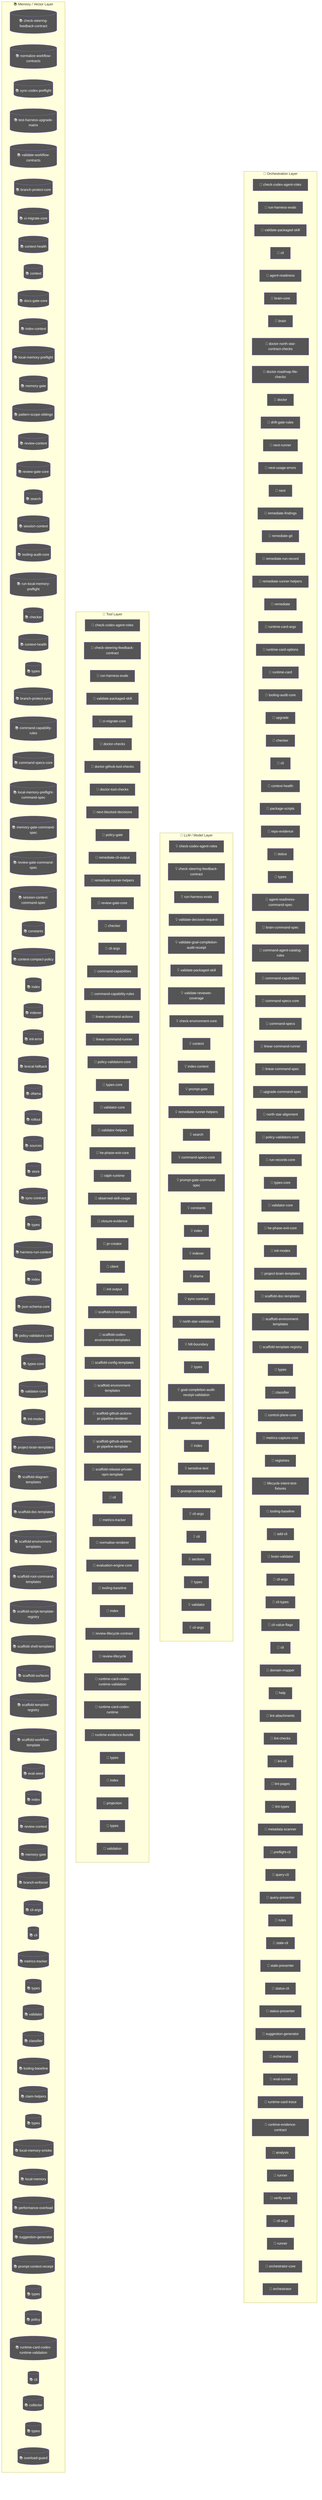
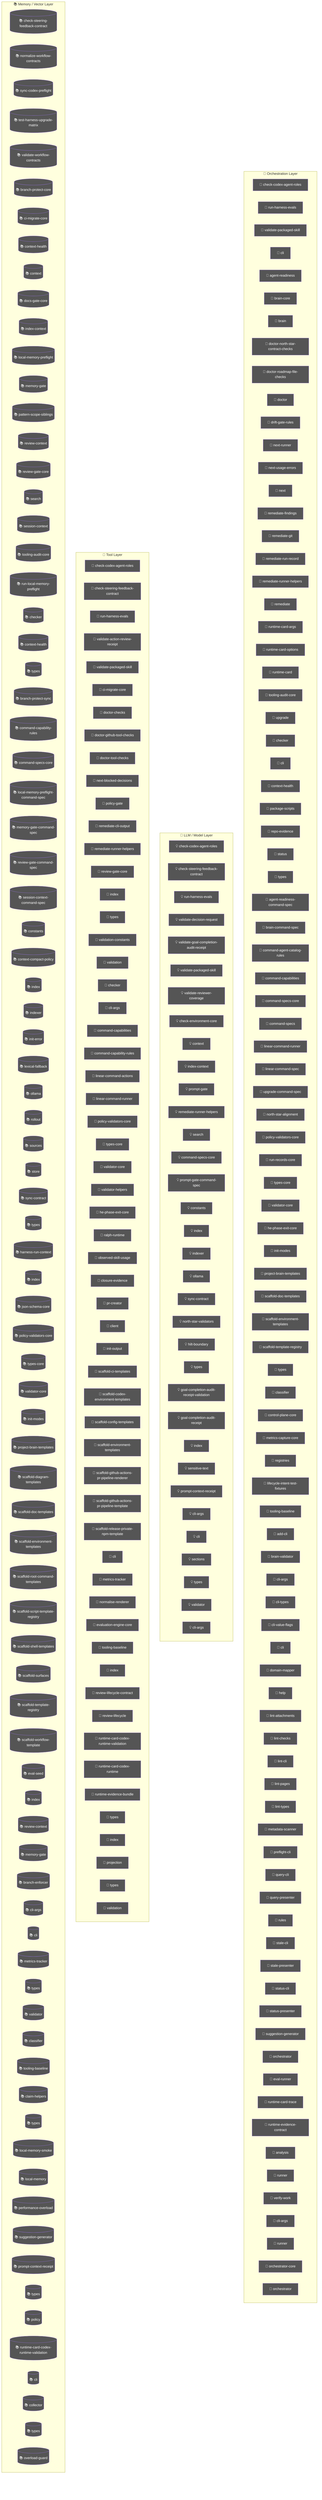
flowchart TD
  subgraph Orchestration["🎯 Orchestration Layer"]
    node_agent_mmd_orchestration_layer_orchestration_chec_7a9f0b64["🤖 check-codex-agent-roles"]
    node_agent_mmd_orchestration_layer_orchestration_run__18817957["🤖 run-harness-evals"]
    node_agent_mmd_orchestration_layer_orchestration_vali_c01b04be["🤖 validate-packaged-skill"]
    cli_99bb8840["🤖 cli"]
    agent_readiness_c82c68e6["🤖 agent-readiness"]
    brain_core_aa07c380["🤖 brain-core"]
    brain_bbbf7a64["🤖 brain"]
    doctor_north_star_contract_checks_0048124c["🤖 doctor-north-star-contract-checks"]
    doctor_roadmap_file_checks_14447b8e["🤖 doctor-roadmap-file-checks"]
    doctor_72f4be89["🤖 doctor"]
    drift_gate_rules_9685e72d["🤖 drift-gate-rules"]
    next_runner_41643472["🤖 next-runner"]
    next_usage_errors_837a345a["🤖 next-usage-errors"]
    next_c6c1c9a9["🤖 next"]
    remediate_findings_8b09c8c6["🤖 remediate-findings"]
    remediate_git_58c6f6f4["🤖 remediate-git"]
    remediate_run_record_9dfe5dc1["🤖 remediate-run-record"]
    node_agent_mmd_orchestration_layer_orchestration_reme_359fe98f["🤖 remediate-runner-helpers"]
    remediate_06b9c7fc["🤖 remediate"]
    runtime_card_args_2b3d4b28["🤖 runtime-card-args"]
    runtime_card_options_c9156ad5["🤖 runtime-card-options"]
    runtime_card_e06b53e1["🤖 runtime-card"]
    node_agent_mmd_orchestration_layer_orchestration_tool_acfe0c01["🤖 tooling-audit-core"]
    upgrade_7fef9479["🤖 upgrade"]
    node_agent_mmd_orchestration_layer_orchestration_chec_0550c395["🤖 checker"]
    cli_1_084e05fe["🤖 cli"]
    node_agent_mmd_orchestration_layer_orchestration_cont_61b3b9c9["🤖 context-health"]
    package_scripts_3ee6150f["🤖 package-scripts"]
    repo_evidence_38bb1de5["🤖 repo-evidence"]
    status_073c1634["🤖 status"]
    node_agent_mmd_orchestration_layer_orchestration_type_4f906dcc["🤖 types"]
    agent_readiness_command_spec_a30c2c1e["🤖 agent-readiness-command-spec"]
    brain_command_spec_15b122d5["🤖 brain-command-spec"]
    command_agent_catalog_rules_8e06b2af["🤖 command-agent-catalog-rules"]
    node_agent_mmd_orchestration_layer_orchestration_comm_6e41a7f7["🤖 command-capabilities"]
    node_agent_mmd_orchestration_layer_orchestration_comm_1f8cc24c["🤖 command-specs-core"]
    command_specs_69167c63["🤖 command-specs"]
    node_agent_mmd_orchestration_layer_orchestration_line_b67affd5["🤖 linear-command-runner"]
    linear_command_spec_1e12dd44["🤖 linear-command-spec"]
    upgrade_command_spec_03f6c7bd["🤖 upgrade-command-spec"]
    north_star_alignment_00440188["🤖 north-star-alignment"]
    node_agent_mmd_orchestration_layer_orchestration_poli_3270b55d["🤖 policy-validators-core"]
    run_records_core_89286dfa["🤖 run-records-core"]
    node_agent_mmd_orchestration_layer_orchestration_type_7cf81261["🤖 types-core"]
    node_agent_mmd_orchestration_layer_orchestration_vali_d9fe99e6["🤖 validator-core"]
    node_agent_mmd_orchestration_layer_orchestration_he_p_fc778c24["🤖 he-phase-exit-core"]
    node_agent_mmd_orchestration_layer_orchestration_init_2a9c3ecb["🤖 init-modes"]
    node_agent_mmd_orchestration_layer_orchestration_proj_6ab6f60f["🤖 project-brain-templates"]
    node_agent_mmd_orchestration_layer_orchestration_scaf_12cc07db["🤖 scaffold-doc-templates"]
    node_agent_mmd_orchestration_layer_orchestration_scaf_c9a90c2f["🤖 scaffold-environment-templates"]
    node_agent_mmd_orchestration_layer_orchestration_scaf_ff8f92f6["🤖 scaffold-template-registry"]
-     types_13_d025517b["🤖 types"]
+     types_14_fe7507be["🤖 types"]
    node_agent_mmd_orchestration_layer_orchestration_clas_899b821a["🤖 classifier"]
    control_plane_core_db3b4cb2["🤖 control-plane-core"]
    metrics_capture_core_db4bf7cf["🤖 metrics-capture-core"]
    registries_06402afa["🤖 registries"]
    lifecycle_intent_test_fixtures_a53c7ada["🤖 lifecycle-intent-test-fixtures"]
    node_agent_mmd_orchestration_layer_orchestration_tool_cc43149f["🤖 tooling-baseline"]
    add_cli_7614de25["🤖 add-cli"]
    brain_validator_be251832["🤖 brain-validator"]
    cli_args_8_d546936e["🤖 cli-args"]
    cli_types_1686e858["🤖 cli-types"]
    cli_value_flags_732a8e43["🤖 cli-value-flags"]
    cli_9_b54c1407["🤖 cli"]
    domain_mapper_cd9333d2["🤖 domain-mapper"]
    help_106a5842["🤖 help"]
    lint_attachments_873c0632["🤖 lint-attachments"]
    lint_checks_83522b19["🤖 lint-checks"]
    lint_cli_9ec62ec0["🤖 lint-cli"]
    lint_pages_e33301d0["🤖 lint-pages"]
    lint_types_2862c255["🤖 lint-types"]
    metadata_scanner_6a101b66["🤖 metadata-scanner"]
    preflight_cli_5d148379["🤖 preflight-cli"]
    query_cli_b95be64d["🤖 query-cli"]
    query_presenter_02e6077c["🤖 query-presenter"]
    rules_6c621d1a["🤖 rules"]
    stale_cli_64548720["🤖 stale-cli"]
    stale_presenter_1de4e3a2["🤖 stale-presenter"]
    status_cli_4c24a0d6["🤖 status-cli"]
    status_presenter_8de686c1["🤖 status-presenter"]
    node_agent_mmd_orchestration_layer_orchestration_sugg_85c5ebe3["🤖 suggestion-generator"]
    orchestrator_11376b7e["🤖 orchestrator"]
    eval_runner_0966a6b3["🤖 eval-runner"]
    runtime_card_trace_64a5ca95["🤖 runtime-card-trace"]
    runtime_evidence_contract_0f7b15b2["🤖 runtime-evidence-contract"]
    analysis_f44e85c4["🤖 analysis"]
    runner_527aa9f4["🤖 runner"]
    verify_work_1_cd8e7ec3["🤖 verify-work"]
    cli_args_14_3481043e["🤖 cli-args"]
    runner_1_6f281bf8["🤖 runner"]
    orchestrator_core_d0678b53["🤖 orchestrator-core"]
    orchestrator_1_6b7137c5["🤖 orchestrator"]
  end
  subgraph LLMLayer["🧠 LLM / Model Layer"]
    node_agent_mmd_llm_model_layer_llmlayer_check_codex_a_29e7b7fa["💡 check-codex-agent-roles"]
    node_agent_mmd_llm_model_layer_llmlayer_check_steerin_a7dbbd2f["💡 check-steering-feedback-contract"]
    node_agent_mmd_llm_model_layer_llmlayer_run_harness_e_603fcfdc["💡 run-harness-evals"]
    validate_decision_request_2e5c325e["💡 validate-decision-request"]
    validate_goal_completion_audit_receipt_100d252c["💡 validate-goal-completion-audit-receipt"]
    node_agent_mmd_llm_model_layer_llmlayer_validate_pack_2a12e1f4["💡 validate-packaged-skill"]
    validate_reviewer_coverage_251efee3["💡 validate-reviewer-coverage"]
    check_environment_core_2c16213f["💡 check-environment-core"]
    node_agent_mmd_llm_model_layer_llmlayer_context_conte_ad2dfbd9["💡 context"]
    node_agent_mmd_llm_model_layer_llmlayer_index_context_1041bd11["💡 index-context"]
    prompt_gate_c5e9d207["💡 prompt-gate"]
    node_agent_mmd_llm_model_layer_llmlayer_remediate_run_9e3d4585["💡 remediate-runner-helpers"]
    node_agent_mmd_llm_model_layer_llmlayer_search_search_66b9a911["💡 search"]
    node_agent_mmd_llm_model_layer_llmlayer_command_specs_782af9fa["💡 command-specs-core"]
    prompt_gate_command_spec_9a941482["💡 prompt-gate-command-spec"]
    node_agent_mmd_llm_model_layer_llmlayer_constants_con_c9bd3f6c["💡 constants"]
    node_agent_mmd_llm_model_layer_llmlayer_index_index_1_02e160ff["💡 index"]
    node_agent_mmd_llm_model_layer_llmlayer_indexer_index_4f4deef5["💡 indexer"]
    node_agent_mmd_llm_model_layer_llmlayer_ollama_ollama_968b23fa["💡 ollama"]
    node_agent_mmd_llm_model_layer_llmlayer_sync_contract_9f3cc8c1["💡 sync-contract"]
    north_star_validators_cfc926ce["💡 north-star-validators"]
    hilt_boundary_9b36fb15["💡 hilt-boundary"]
-     types_7_2f1ed65e["💡 types"]
+     types_8_f6283648["💡 types"]
    goal_completion_audit_receipt_validation_9d0f4891["💡 goal-completion-audit-receipt-validation"]
    goal_completion_audit_receipt_5e4939c3["💡 goal-completion-audit-receipt"]
-     index_2_10143590["💡 index"]
+     index_3_7e40d474["💡 index"]
    sensitive_text_7c11f760["💡 sensitive-text"]
    node_agent_mmd_llm_model_layer_llmlayer_index_index_1_02e160ff["💡 index"]
    node_agent_mmd_llm_model_layer_llmlayer_prompt_contex_6426acc2["💡 prompt-context-receipt"]
    cli_args_9_9c136878["💡 cli-args"]
    cli_10_35dc8cbd["💡 cli"]
    sections_4697ef32["💡 sections"]
-     types_23_4352ee2e["💡 types"]
+     types_24_c63dc1a7["💡 types"]
    validator_6_3688adbf["💡 validator"]
    cli_args_10_861cdd3f["💡 cli-args"]
  end
  subgraph ToolLayer["🔧 Tool Layer"]
    node_agent_mmd_tool_layer_toollayer_check_codex_agent_4b361d5a["🔧 check-codex-agent-roles"]
    node_agent_mmd_tool_layer_toollayer_check_steering_fe_84ed22c2["🔧 check-steering-feedback-contract"]
    node_agent_mmd_tool_layer_toollayer_run_harness_evals_e2ee24f1["🔧 run-harness-evals"]
+     validate_action_review_receipt_fa2f06c3["🔧 validate-action-review-receipt"]
    node_agent_mmd_tool_layer_toollayer_validate_packaged_2855c827["🔧 validate-packaged-skill"]
    node_agent_mmd_tool_layer_toollayer_ci_migrate_core_c_049f8460["🔧 ci-migrate-core"]
    doctor_checks_5a2eb2b9["🔧 doctor-checks"]
    doctor_github_tool_checks_a53b0382["🔧 doctor-github-tool-checks"]
    doctor_tool_checks_4acac51a["🔧 doctor-tool-checks"]
    next_blocked_decisions_4140ad2b["🔧 next-blocked-decisions"]
    policy_gate_213f7313["🔧 policy-gate"]
    remediate_cli_output_cc165396["🔧 remediate-cli-output"]
    node_agent_mmd_tool_layer_toollayer_remediate_runner__c003b871["🔧 remediate-runner-helpers"]
    node_agent_mmd_tool_layer_toollayer_review_gate_core__7704598b["🔧 review-gate-core"]
+     index_1bc04b52["🔧 index"]
+     types_1_4ecdf56e["🔧 types"]
+     validation_constants_e002a0f6["🔧 validation-constants"]
+     validation_98c41dcd["🔧 validation"]
    node_agent_mmd_tool_layer_toollayer_checker_checker_2_453d593b["🔧 checker"]
    cli_args_1_6144b055["🔧 cli-args"]
    node_agent_mmd_tool_layer_toollayer_command_capabilit_7fe13db1["🔧 command-capabilities"]
    node_agent_mmd_tool_layer_toollayer_command_capabilit_e97a4615["🔧 command-capability-rules"]
    linear_command_actions_e430f4f4["🔧 linear-command-actions"]
    node_agent_mmd_tool_layer_toollayer_linear_command_ru_d6763748["🔧 linear-command-runner"]
    node_agent_mmd_tool_layer_toollayer_policy_validators_af136abf["🔧 policy-validators-core"]
    node_agent_mmd_tool_layer_toollayer_types_core_types__6c8319b6["🔧 types-core"]
    node_agent_mmd_tool_layer_toollayer_validator_core_va_6ef6131f["🔧 validator-core"]
    validator_helpers_7b927667["🔧 validator-helpers"]
    node_agent_mmd_tool_layer_toollayer_he_phase_exit_cor_af016160["🔧 he-phase-exit-core"]
    ralph_runtime_73d63c0e["🔧 ralph-runtime"]
    observed_skill_usage_ed7d5930["🔧 observed-skill-usage"]
    closure_evidence_aaa31467["🔧 closure-evidence"]
    pr_creator_dc6b1ea4["🔧 pr-creator"]
    client_948fe603["🔧 client"]
    init_output_360dce91["🔧 init-output"]
    scaffold_ci_templates_2afd6392["🔧 scaffold-ci-templates"]
    scaffold_codex_environment_templates_334fbbed["🔧 scaffold-codex-environment-templates"]
    scaffold_config_templates_4b80ce53["🔧 scaffold-config-templates"]
    node_agent_mmd_tool_layer_toollayer_scaffold_environm_c1afc013["🔧 scaffold-environment-templates"]
    scaffold_github_actions_pr_pipeline_renderer_1ee18de5["🔧 scaffold-github-actions-pr-pipeline-renderer"]
    scaffold_github_actions_pr_pipeline_template_e2b85f62["🔧 scaffold-github-actions-pr-pipeline-template"]
    scaffold_release_private_npm_template_075499f8["🔧 scaffold-release-private-npm-template"]
    node_agent_mmd_tool_layer_toollayer_cli_cli_2_1_32d9eeaf["🔧 cli"]
    node_agent_mmd_tool_layer_toollayer_metrics_tracker_m_4c9237d8["🔧 metrics-tracker"]
    normalise_renderer_85f2e563["🔧 normalise-renderer"]
    evaluation_engine_core_e054fe49["🔧 evaluation-engine-core"]
    node_agent_mmd_tool_layer_toollayer_tooling_baseline__61e66e9f["🔧 tooling-baseline"]
-     index_9_32dd4d91["🔧 index"]
+     index_10_f6785a46["🔧 index"]
    review_lifecycle_contract_e5447221["🔧 review-lifecycle-contract"]
    review_lifecycle_89afa64c["🔧 review-lifecycle"]
    node_agent_mmd_tool_layer_toollayer_runtime_card_code_3636ceac["🔧 runtime-card-codex-runtime-validation"]
    runtime_card_codex_runtime_0655e230["🔧 runtime-card-codex-runtime"]
    runtime_evidence_bundle_d471a232["🔧 runtime-evidence-bundle"]
-     types_32_bfe791ff["🔧 types"]
-     index_12_762ec91b["🔧 index"]
+     types_33_16e22a82["🔧 types"]
+     index_13_97df39c8["🔧 index"]
    projection_1b250ea1["🔧 projection"]
-     types_34_85e6a0bb["🔧 types"]
-     validation_4_62980ebd["🔧 validation"]
+     types_35_93e66c64["🔧 types"]
+     validation_5_42b61683["🔧 validation"]
  end
  subgraph MemoryLayer["📚 Memory / Vector Layer"]
    node_agent_mmd_memory_vector_layer_memorylayer_check__d71f8993[("📚 check-steering-feedback-contract")]
    normalize_workflow_contracts_8701f1c8[("📚 normalize-workflow-contracts")]
    sync_codex_preflight_7e7a8dc2[("📚 sync-codex-preflight")]
    test_harness_upgrade_matrix_84113c4e[("📚 test-harness-upgrade-matrix")]
    validate_workflow_contracts_33dc063c[("📚 validate-workflow-contracts")]
    branch_protect_core_a8feb0fd[("📚 branch-protect-core")]
    node_agent_mmd_memory_vector_layer_memorylayer_ci_mig_0cd5b1a4[("📚 ci-migrate-core")]
    context_health_80bb7da9[("📚 context-health")]
    node_agent_mmd_memory_vector_layer_memorylayer_contex_78ceaaa9[("📚 context")]
    docs_gate_core_eb9b6c18[("📚 docs-gate-core")]
    node_agent_mmd_memory_vector_layer_memorylayer_index__6f3402d0[("📚 index-context")]
    local_memory_preflight_dcc36c42[("📚 local-memory-preflight")]
    memory_gate_a577a506[("📚 memory-gate")]
    pattern_scope_siblings_43abe000[("📚 pattern-scope-siblings")]
    review_context_ca6cf81d[("📚 review-context")]
    node_agent_mmd_memory_vector_layer_memorylayer_review_5bee9816[("📚 review-gate-core")]
    node_agent_mmd_memory_vector_layer_memorylayer_search_ac35cb7e[("📚 search")]
    session_context_e5ec72c0[("📚 session-context")]
    node_agent_mmd_memory_vector_layer_memorylayer_toolin_a1185b8f[("📚 tooling-audit-core")]
    run_local_memory_preflight_36e92808[("📚 run-local-memory-preflight")]
    node_agent_mmd_memory_vector_layer_memorylayer_checke_a583eb4f[("📚 checker")]
    node_agent_mmd_memory_vector_layer_memorylayer_contex_fe0865d6[("📚 context-health")]
    node_agent_mmd_memory_vector_layer_memorylayer_types__9ad640a0[("📚 types")]
    branch_protect_sync_570adb18[("📚 branch-protect-sync")]
    node_agent_mmd_memory_vector_layer_memorylayer_comman_c72a5d05[("📚 command-capability-rules")]
    node_agent_mmd_memory_vector_layer_memorylayer_comman_111eb454[("📚 command-specs-core")]
    local_memory_preflight_command_spec_9e23f3ce[("📚 local-memory-preflight-command-spec")]
    memory_gate_command_spec_dc9001a9[("📚 memory-gate-command-spec")]
    review_gate_command_spec_3187376a[("📚 review-gate-command-spec")]
    session_context_command_spec_973afbb1[("📚 session-context-command-spec")]
    node_agent_mmd_memory_vector_layer_memorylayer_consta_702d3f46[("📚 constants")]
    context_compact_policy_3dcaf95d[("📚 context-compact-policy")]
    node_agent_mmd_memory_vector_layer_memorylayer_index__752bc61e[("📚 index")]
    node_agent_mmd_memory_vector_layer_memorylayer_indexe_93e6d86f[("📚 indexer")]
    init_error_5c7dd49f[("📚 init-error")]
    lexical_fallback_723e2b3e[("📚 lexical-fallback")]
    node_agent_mmd_memory_vector_layer_memorylayer_ollama_6d51be16[("📚 ollama")]
    rollout_a4fa034c[("📚 rollout")]
    sources_878a52fc[("📚 sources")]
    store_824d80d7[("📚 store")]
    node_agent_mmd_memory_vector_layer_memorylayer_sync_c_e43418bc[("📚 sync-contract")]
-     types_5_f869ec4b[("📚 types")]
+     types_6_1818fb91[("📚 types")]
    harness_run_context_ac7c77a9[("📚 harness-run-context")]
-     index_1_faebc14e[("📚 index")]
+     index_2_10143590[("📚 index")]
    json_schema_core_96d7e328[("📚 json-schema-core")]
    node_agent_mmd_memory_vector_layer_memorylayer_policy_1944de42[("📚 policy-validators-core")]
    node_agent_mmd_memory_vector_layer_memorylayer_types__83f369fa[("📚 types-core")]
    node_agent_mmd_memory_vector_layer_memorylayer_valida_41034356[("📚 validator-core")]
    node_agent_mmd_memory_vector_layer_memorylayer_init_m_333d02c5[("📚 init-modes")]
    node_agent_mmd_memory_vector_layer_memorylayer_projec_3ae304d9[("📚 project-brain-templates")]
    scaffold_diagram_templates_dd88e83c[("📚 scaffold-diagram-templates")]
    node_agent_mmd_memory_vector_layer_memorylayer_scaffo_5fd73b94[("📚 scaffold-doc-templates")]
    node_agent_mmd_memory_vector_layer_memorylayer_scaffo_12b42341[("📚 scaffold-environment-templates")]
    scaffold_root_command_templates_404fed7f[("📚 scaffold-root-command-templates")]
    scaffold_script_template_registry_69312d4e[("📚 scaffold-script-template-registry")]
    scaffold_shell_templates_0ad0f915[("📚 scaffold-shell-templates")]
    scaffold_surfaces_12d6494e[("📚 scaffold-surfaces")]
    node_agent_mmd_memory_vector_layer_memorylayer_scaffo_a86eece1[("📚 scaffold-template-registry")]
    scaffold_workflow_template_92310587[("📚 scaffold-workflow-template")]
    eval_seed_5699fd3e[("📚 eval-seed")]
-     index_6_fc9e91e2[("📚 index")]
+     index_7_b61a3f30[("📚 index")]
    review_context_1_e3afed15[("📚 review-context")]
    memory_gate_1_265164ac[("📚 memory-gate")]
    branch_enforcer_acb749cd[("📚 branch-enforcer")]
    cli_args_5_09ea29f0[("📚 cli-args")]
    node_agent_mmd_memory_vector_layer_memorylayer_cli_cl_1f1f89ab[("📚 cli")]
    node_agent_mmd_memory_vector_layer_memorylayer_metric_12562178[("📚 metrics-tracker")]
-     types_15_86775c96[("📚 types")]
+     types_16_0fae1112[("📚 types")]
    validator_4_5180cf23[("📚 validator")]
    node_agent_mmd_memory_vector_layer_memorylayer_classi_1ebbf5ff[("📚 classifier")]
    node_agent_mmd_memory_vector_layer_memorylayer_toolin_14f86b00[("📚 tooling-baseline")]
    claim_helpers_20dc8387[("📚 claim-helpers")]
-     types_20_071a0112[("📚 types")]
+     types_21_5756f9dc[("📚 types")]
    local_memory_smoke_1175abfc[("📚 local-memory-smoke")]
    local_memory_0db17ecc[("📚 local-memory")]
    performance_overload_c685bfcf[("📚 performance-overload")]
    node_agent_mmd_memory_vector_layer_memorylayer_sugges_267f408d[("📚 suggestion-generator")]
    node_agent_mmd_memory_vector_layer_memorylayer_index__752bc61e[("📚 index")]
    node_agent_mmd_memory_vector_layer_memorylayer_prompt_55c0d605[("📚 prompt-context-receipt")]
-     types_27_4d134744[("📚 types")]
+     types_28_4476fcc6[("📚 types")]
    policy_1_fc4198db[("📚 policy")]
    node_agent_mmd_memory_vector_layer_memorylayer_runtim_a5d23e7f[("📚 runtime-card-codex-runtime-validation")]
    cli_11_338a8415[("📚 cli")]
    collector_0736fd5b[("📚 collector")]
-     types_30_424b976c[("📚 types")]
+     types_31_eb363e20[("📚 types")]
    overload_guard_2748c559[("📚 overload-guard")]
  end
  classDef agentNode fill:#555,color:#fff
-   class node_agent_mmd_orchestration_layer_orchestration_chec_7a9f0b64,node_agent_mmd_llm_model_layer_llmlayer_check_codex_a_29e7b7fa,node_agent_mmd_tool_layer_toollayer_check_codex_agent_4b361d5a,node_agent_mmd_orchestration_layer_orchestration_run__18817957,node_agent_mmd_llm_model_layer_llmlayer_run_harness_e_603fcfdc,node_agent_mmd_tool_layer_toollayer_run_harness_evals_e2ee24f1,node_agent_mmd_orchestration_layer_orchestration_vali_c01b04be,node_agent_mmd_llm_model_layer_llmlayer_validate_pack_2a12e1f4,node_agent_mmd_tool_layer_toollayer_validate_packaged_2855c827,cli_99bb8840,agent_readiness_c82c68e6,brain_core_aa07c380,brain_bbbf7a64,doctor_north_star_contract_checks_0048124c,doctor_roadmap_file_checks_14447b8e,doctor_72f4be89,drift_gate_rules_9685e72d,next_runner_41643472,next_usage_errors_837a345a,next_c6c1c9a9,remediate_findings_8b09c8c6,remediate_git_58c6f6f4,remediate_run_record_9dfe5dc1,node_agent_mmd_orchestration_layer_orchestration_reme_359fe98f,node_agent_mmd_llm_model_layer_llmlayer_remediate_run_9e3d4585,node_agent_mmd_tool_layer_toollayer_remediate_runner__c003b871,remediate_06b9c7fc,runtime_card_args_2b3d4b28,runtime_card_options_c9156ad5,runtime_card_e06b53e1,node_agent_mmd_orchestration_layer_orchestration_tool_acfe0c01,node_agent_mmd_memory_vector_layer_memorylayer_toolin_a1185b8f,upgrade_7fef9479,node_agent_mmd_orchestration_layer_orchestration_chec_0550c395,node_agent_mmd_tool_layer_toollayer_checker_checker_2_453d593b,node_agent_mmd_memory_vector_layer_memorylayer_checke_a583eb4f,cli_1_084e05fe,node_agent_mmd_orchestration_layer_orchestration_cont_61b3b9c9,node_agent_mmd_memory_vector_layer_memorylayer_contex_fe0865d6,package_scripts_3ee6150f,repo_evidence_38bb1de5,status_073c1634,node_agent_mmd_orchestration_layer_orchestration_type_4f906dcc,node_agent_mmd_memory_vector_layer_memorylayer_types__9ad640a0,agent_readiness_command_spec_a30c2c1e,brain_command_spec_15b122d5,command_agent_catalog_rules_8e06b2af,node_agent_mmd_orchestration_layer_orchestration_comm_6e41a7f7,node_agent_mmd_tool_layer_toollayer_command_capabilit_7fe13db1,node_agent_mmd_orchestration_layer_orchestration_comm_1f8cc24c,node_agent_mmd_llm_model_layer_llmlayer_command_specs_782af9fa,node_agent_mmd_memory_vector_layer_memorylayer_comman_111eb454,command_specs_69167c63,node_agent_mmd_orchestration_layer_orchestration_line_b67affd5,node_agent_mmd_tool_layer_toollayer_linear_command_ru_d6763748,linear_command_spec_1e12dd44,upgrade_command_spec_03f6c7bd,north_star_alignment_00440188,node_agent_mmd_orchestration_layer_orchestration_poli_3270b55d,node_agent_mmd_tool_layer_toollayer_policy_validators_af136abf,node_agent_mmd_memory_vector_layer_memorylayer_policy_1944de42,run_records_core_89286dfa,node_agent_mmd_orchestration_layer_orchestration_type_7cf81261,node_agent_mmd_tool_layer_toollayer_types_core_types__6c8319b6,node_agent_mmd_memory_vector_layer_memorylayer_types__83f369fa,node_agent_mmd_orchestration_layer_orchestration_vali_d9fe99e6,node_agent_mmd_tool_layer_toollayer_validator_core_va_6ef6131f,node_agent_mmd_memory_vector_layer_memorylayer_valida_41034356,node_agent_mmd_orchestration_layer_orchestration_he_p_fc778c24,node_agent_mmd_tool_layer_toollayer_he_phase_exit_cor_af016160,node_agent_mmd_orchestration_layer_orchestration_init_2a9c3ecb,node_agent_mmd_memory_vector_layer_memorylayer_init_m_333d02c5,node_agent_mmd_orchestration_layer_orchestration_proj_6ab6f60f,node_agent_mmd_memory_vector_layer_memorylayer_projec_3ae304d9,node_agent_mmd_orchestration_layer_orchestration_scaf_12cc07db,node_agent_mmd_memory_vector_layer_memorylayer_scaffo_5fd73b94,node_agent_mmd_orchestration_layer_orchestration_scaf_c9a90c2f,node_agent_mmd_tool_layer_toollayer_scaffold_environm_c1afc013,node_agent_mmd_memory_vector_layer_memorylayer_scaffo_12b42341,node_agent_mmd_orchestration_layer_orchestration_scaf_ff8f92f6,node_agent_mmd_memory_vector_layer_memorylayer_scaffo_a86eece1,types_13_d025517b,node_agent_mmd_orchestration_layer_orchestration_clas_899b821a,node_agent_mmd_memory_vector_layer_memorylayer_classi_1ebbf5ff,control_plane_core_db3b4cb2,metrics_capture_core_db4bf7cf,registries_06402afa,lifecycle_intent_test_fixtures_a53c7ada,node_agent_mmd_orchestration_layer_orchestration_tool_cc43149f,node_agent_mmd_tool_layer_toollayer_tooling_baseline__61e66e9f,node_agent_mmd_memory_vector_layer_memorylayer_toolin_14f86b00,add_cli_7614de25,brain_validator_be251832,cli_args_8_d546936e,cli_types_1686e858,cli_value_flags_732a8e43,cli_9_b54c1407,domain_mapper_cd9333d2,help_106a5842,lint_attachments_873c0632,lint_checks_83522b19,lint_cli_9ec62ec0,lint_pages_e33301d0,lint_types_2862c255,metadata_scanner_6a101b66,preflight_cli_5d148379,query_cli_b95be64d,query_presenter_02e6077c,rules_6c621d1a,stale_cli_64548720,stale_presenter_1de4e3a2,status_cli_4c24a0d6,status_presenter_8de686c1,node_agent_mmd_orchestration_layer_orchestration_sugg_85c5ebe3,node_agent_mmd_memory_vector_layer_memorylayer_sugges_267f408d,orchestrator_11376b7e,eval_runner_0966a6b3,runtime_card_trace_64a5ca95,runtime_evidence_contract_0f7b15b2,analysis_f44e85c4,runner_527aa9f4,verify_work_1_cd8e7ec3,cli_args_14_3481043e,runner_1_6f281bf8,orchestrator_core_d0678b53,orchestrator_1_6b7137c5 agentNode
+   class node_agent_mmd_orchestration_layer_orchestration_chec_7a9f0b64,node_agent_mmd_llm_model_layer_llmlayer_check_codex_a_29e7b7fa,node_agent_mmd_tool_layer_toollayer_check_codex_agent_4b361d5a,node_agent_mmd_orchestration_layer_orchestration_run__18817957,node_agent_mmd_llm_model_layer_llmlayer_run_harness_e_603fcfdc,node_agent_mmd_tool_layer_toollayer_run_harness_evals_e2ee24f1,node_agent_mmd_orchestration_layer_orchestration_vali_c01b04be,node_agent_mmd_llm_model_layer_llmlayer_validate_pack_2a12e1f4,node_agent_mmd_tool_layer_toollayer_validate_packaged_2855c827,cli_99bb8840,agent_readiness_c82c68e6,brain_core_aa07c380,brain_bbbf7a64,doctor_north_star_contract_checks_0048124c,doctor_roadmap_file_checks_14447b8e,doctor_72f4be89,drift_gate_rules_9685e72d,next_runner_41643472,next_usage_errors_837a345a,next_c6c1c9a9,remediate_findings_8b09c8c6,remediate_git_58c6f6f4,remediate_run_record_9dfe5dc1,node_agent_mmd_orchestration_layer_orchestration_reme_359fe98f,node_agent_mmd_llm_model_layer_llmlayer_remediate_run_9e3d4585,node_agent_mmd_tool_layer_toollayer_remediate_runner__c003b871,remediate_06b9c7fc,runtime_card_args_2b3d4b28,runtime_card_options_c9156ad5,runtime_card_e06b53e1,node_agent_mmd_orchestration_layer_orchestration_tool_acfe0c01,node_agent_mmd_memory_vector_layer_memorylayer_toolin_a1185b8f,upgrade_7fef9479,node_agent_mmd_orchestration_layer_orchestration_chec_0550c395,node_agent_mmd_tool_layer_toollayer_checker_checker_2_453d593b,node_agent_mmd_memory_vector_layer_memorylayer_checke_a583eb4f,cli_1_084e05fe,node_agent_mmd_orchestration_layer_orchestration_cont_61b3b9c9,node_agent_mmd_memory_vector_layer_memorylayer_contex_fe0865d6,package_scripts_3ee6150f,repo_evidence_38bb1de5,status_073c1634,node_agent_mmd_orchestration_layer_orchestration_type_4f906dcc,node_agent_mmd_memory_vector_layer_memorylayer_types__9ad640a0,agent_readiness_command_spec_a30c2c1e,brain_command_spec_15b122d5,command_agent_catalog_rules_8e06b2af,node_agent_mmd_orchestration_layer_orchestration_comm_6e41a7f7,node_agent_mmd_tool_layer_toollayer_command_capabilit_7fe13db1,node_agent_mmd_orchestration_layer_orchestration_comm_1f8cc24c,node_agent_mmd_llm_model_layer_llmlayer_command_specs_782af9fa,node_agent_mmd_memory_vector_layer_memorylayer_comman_111eb454,command_specs_69167c63,node_agent_mmd_orchestration_layer_orchestration_line_b67affd5,node_agent_mmd_tool_layer_toollayer_linear_command_ru_d6763748,linear_command_spec_1e12dd44,upgrade_command_spec_03f6c7bd,north_star_alignment_00440188,node_agent_mmd_orchestration_layer_orchestration_poli_3270b55d,node_agent_mmd_tool_layer_toollayer_policy_validators_af136abf,node_agent_mmd_memory_vector_layer_memorylayer_policy_1944de42,run_records_core_89286dfa,node_agent_mmd_orchestration_layer_orchestration_type_7cf81261,node_agent_mmd_tool_layer_toollayer_types_core_types__6c8319b6,node_agent_mmd_memory_vector_layer_memorylayer_types__83f369fa,node_agent_mmd_orchestration_layer_orchestration_vali_d9fe99e6,node_agent_mmd_tool_layer_toollayer_validator_core_va_6ef6131f,node_agent_mmd_memory_vector_layer_memorylayer_valida_41034356,node_agent_mmd_orchestration_layer_orchestration_he_p_fc778c24,node_agent_mmd_tool_layer_toollayer_he_phase_exit_cor_af016160,node_agent_mmd_orchestration_layer_orchestration_init_2a9c3ecb,node_agent_mmd_memory_vector_layer_memorylayer_init_m_333d02c5,node_agent_mmd_orchestration_layer_orchestration_proj_6ab6f60f,node_agent_mmd_memory_vector_layer_memorylayer_projec_3ae304d9,node_agent_mmd_orchestration_layer_orchestration_scaf_12cc07db,node_agent_mmd_memory_vector_layer_memorylayer_scaffo_5fd73b94,node_agent_mmd_orchestration_layer_orchestration_scaf_c9a90c2f,node_agent_mmd_tool_layer_toollayer_scaffold_environm_c1afc013,node_agent_mmd_memory_vector_layer_memorylayer_scaffo_12b42341,node_agent_mmd_orchestration_layer_orchestration_scaf_ff8f92f6,node_agent_mmd_memory_vector_layer_memorylayer_scaffo_a86eece1,types_14_fe7507be,node_agent_mmd_orchestration_layer_orchestration_clas_899b821a,node_agent_mmd_memory_vector_layer_memorylayer_classi_1ebbf5ff,control_plane_core_db3b4cb2,metrics_capture_core_db4bf7cf,registries_06402afa,lifecycle_intent_test_fixtures_a53c7ada,node_agent_mmd_orchestration_layer_orchestration_tool_cc43149f,node_agent_mmd_tool_layer_toollayer_tooling_baseline__61e66e9f,node_agent_mmd_memory_vector_layer_memorylayer_toolin_14f86b00,add_cli_7614de25,brain_validator_be251832,cli_args_8_d546936e,cli_types_1686e858,cli_value_flags_732a8e43,cli_9_b54c1407,domain_mapper_cd9333d2,help_106a5842,lint_attachments_873c0632,lint_checks_83522b19,lint_cli_9ec62ec0,lint_pages_e33301d0,lint_types_2862c255,metadata_scanner_6a101b66,preflight_cli_5d148379,query_cli_b95be64d,query_presenter_02e6077c,rules_6c621d1a,stale_cli_64548720,stale_presenter_1de4e3a2,status_cli_4c24a0d6,status_presenter_8de686c1,node_agent_mmd_orchestration_layer_orchestration_sugg_85c5ebe3,node_agent_mmd_memory_vector_layer_memorylayer_sugges_267f408d,orchestrator_11376b7e,eval_runner_0966a6b3,runtime_card_trace_64a5ca95,runtime_evidence_contract_0f7b15b2,analysis_f44e85c4,runner_527aa9f4,verify_work_1_cd8e7ec3,cli_args_14_3481043e,runner_1_6f281bf8,orchestrator_core_d0678b53,orchestrator_1_6b7137c5 agentNode
  classDef llmNode fill:#555,color:#fff
-   class node_agent_mmd_orchestration_layer_orchestration_chec_7a9f0b64,node_agent_mmd_llm_model_layer_llmlayer_check_codex_a_29e7b7fa,node_agent_mmd_tool_layer_toollayer_check_codex_agent_4b361d5a,node_agent_mmd_llm_model_layer_llmlayer_check_steerin_a7dbbd2f,node_agent_mmd_tool_layer_toollayer_check_steering_fe_84ed22c2,node_agent_mmd_memory_vector_layer_memorylayer_check__d71f8993,node_agent_mmd_orchestration_layer_orchestration_run__18817957,node_agent_mmd_llm_model_layer_llmlayer_run_harness_e_603fcfdc,node_agent_mmd_tool_layer_toollayer_run_harness_evals_e2ee24f1,validate_decision_request_2e5c325e,validate_goal_completion_audit_receipt_100d252c,node_agent_mmd_orchestration_layer_orchestration_vali_c01b04be,node_agent_mmd_llm_model_layer_llmlayer_validate_pack_2a12e1f4,node_agent_mmd_tool_layer_toollayer_validate_packaged_2855c827,validate_reviewer_coverage_251efee3,check_environment_core_2c16213f,node_agent_mmd_llm_model_layer_llmlayer_context_conte_ad2dfbd9,node_agent_mmd_memory_vector_layer_memorylayer_contex_78ceaaa9,node_agent_mmd_llm_model_layer_llmlayer_index_context_1041bd11,node_agent_mmd_memory_vector_layer_memorylayer_index__6f3402d0,prompt_gate_c5e9d207,node_agent_mmd_orchestration_layer_orchestration_reme_359fe98f,node_agent_mmd_llm_model_layer_llmlayer_remediate_run_9e3d4585,node_agent_mmd_tool_layer_toollayer_remediate_runner__c003b871,node_agent_mmd_llm_model_layer_llmlayer_search_search_66b9a911,node_agent_mmd_memory_vector_layer_memorylayer_search_ac35cb7e,node_agent_mmd_orchestration_layer_orchestration_comm_1f8cc24c,node_agent_mmd_llm_model_layer_llmlayer_command_specs_782af9fa,node_agent_mmd_memory_vector_layer_memorylayer_comman_111eb454,prompt_gate_command_spec_9a941482,node_agent_mmd_llm_model_layer_llmlayer_constants_con_c9bd3f6c,node_agent_mmd_memory_vector_layer_memorylayer_consta_702d3f46,node_agent_mmd_llm_model_layer_llmlayer_index_index_1_02e160ff,node_agent_mmd_memory_vector_layer_memorylayer_index__752bc61e,node_agent_mmd_llm_model_layer_llmlayer_indexer_index_4f4deef5,node_agent_mmd_memory_vector_layer_memorylayer_indexe_93e6d86f,node_agent_mmd_llm_model_layer_llmlayer_ollama_ollama_968b23fa,node_agent_mmd_memory_vector_layer_memorylayer_ollama_6d51be16,node_agent_mmd_llm_model_layer_llmlayer_sync_contract_9f3cc8c1,node_agent_mmd_memory_vector_layer_memorylayer_sync_c_e43418bc,north_star_validators_cfc926ce,hilt_boundary_9b36fb15,types_7_2f1ed65e,goal_completion_audit_receipt_validation_9d0f4891,goal_completion_audit_receipt_5e4939c3,index_2_10143590,sensitive_text_7c11f760,node_agent_mmd_llm_model_layer_llmlayer_prompt_contex_6426acc2,node_agent_mmd_memory_vector_layer_memorylayer_prompt_55c0d605,cli_args_9_9c136878,cli_10_35dc8cbd,sections_4697ef32,types_23_4352ee2e,validator_6_3688adbf,cli_args_10_861cdd3f llmNode
+   class node_agent_mmd_orchestration_layer_orchestration_chec_7a9f0b64,node_agent_mmd_llm_model_layer_llmlayer_check_codex_a_29e7b7fa,node_agent_mmd_tool_layer_toollayer_check_codex_agent_4b361d5a,node_agent_mmd_llm_model_layer_llmlayer_check_steerin_a7dbbd2f,node_agent_mmd_tool_layer_toollayer_check_steering_fe_84ed22c2,node_agent_mmd_memory_vector_layer_memorylayer_check__d71f8993,node_agent_mmd_orchestration_layer_orchestration_run__18817957,node_agent_mmd_llm_model_layer_llmlayer_run_harness_e_603fcfdc,node_agent_mmd_tool_layer_toollayer_run_harness_evals_e2ee24f1,validate_decision_request_2e5c325e,validate_goal_completion_audit_receipt_100d252c,node_agent_mmd_orchestration_layer_orchestration_vali_c01b04be,node_agent_mmd_llm_model_layer_llmlayer_validate_pack_2a12e1f4,node_agent_mmd_tool_layer_toollayer_validate_packaged_2855c827,validate_reviewer_coverage_251efee3,check_environment_core_2c16213f,node_agent_mmd_llm_model_layer_llmlayer_context_conte_ad2dfbd9,node_agent_mmd_memory_vector_layer_memorylayer_contex_78ceaaa9,node_agent_mmd_llm_model_layer_llmlayer_index_context_1041bd11,node_agent_mmd_memory_vector_layer_memorylayer_index__6f3402d0,prompt_gate_c5e9d207,node_agent_mmd_orchestration_layer_orchestration_reme_359fe98f,node_agent_mmd_llm_model_layer_llmlayer_remediate_run_9e3d4585,node_agent_mmd_tool_layer_toollayer_remediate_runner__c003b871,node_agent_mmd_llm_model_layer_llmlayer_search_search_66b9a911,node_agent_mmd_memory_vector_layer_memorylayer_search_ac35cb7e,node_agent_mmd_orchestration_layer_orchestration_comm_1f8cc24c,node_agent_mmd_llm_model_layer_llmlayer_command_specs_782af9fa,node_agent_mmd_memory_vector_layer_memorylayer_comman_111eb454,prompt_gate_command_spec_9a941482,node_agent_mmd_llm_model_layer_llmlayer_constants_con_c9bd3f6c,node_agent_mmd_memory_vector_layer_memorylayer_consta_702d3f46,node_agent_mmd_llm_model_layer_llmlayer_index_index_1_02e160ff,node_agent_mmd_memory_vector_layer_memorylayer_index__752bc61e,node_agent_mmd_llm_model_layer_llmlayer_indexer_index_4f4deef5,node_agent_mmd_memory_vector_layer_memorylayer_indexe_93e6d86f,node_agent_mmd_llm_model_layer_llmlayer_ollama_ollama_968b23fa,node_agent_mmd_memory_vector_layer_memorylayer_ollama_6d51be16,node_agent_mmd_llm_model_layer_llmlayer_sync_contract_9f3cc8c1,node_agent_mmd_memory_vector_layer_memorylayer_sync_c_e43418bc,north_star_validators_cfc926ce,hilt_boundary_9b36fb15,types_8_f6283648,goal_completion_audit_receipt_validation_9d0f4891,goal_completion_audit_receipt_5e4939c3,index_3_7e40d474,sensitive_text_7c11f760,node_agent_mmd_llm_model_layer_llmlayer_prompt_contex_6426acc2,node_agent_mmd_memory_vector_layer_memorylayer_prompt_55c0d605,cli_args_9_9c136878,cli_10_35dc8cbd,sections_4697ef32,types_24_c63dc1a7,validator_6_3688adbf,cli_args_10_861cdd3f llmNode
  classDef toolNode fill:#555,color:#fff
-   class node_agent_mmd_orchestration_layer_orchestration_chec_7a9f0b64,node_agent_mmd_llm_model_layer_llmlayer_check_codex_a_29e7b7fa,node_agent_mmd_tool_layer_toollayer_check_codex_agent_4b361d5a,node_agent_mmd_llm_model_layer_llmlayer_check_steerin_a7dbbd2f,node_agent_mmd_tool_layer_toollayer_check_steering_fe_84ed22c2,node_agent_mmd_memory_vector_layer_memorylayer_check__d71f8993,node_agent_mmd_orchestration_layer_orchestration_run__18817957,node_agent_mmd_llm_model_layer_llmlayer_run_harness_e_603fcfdc,node_agent_mmd_tool_layer_toollayer_run_harness_evals_e2ee24f1,node_agent_mmd_orchestration_layer_orchestration_vali_c01b04be,node_agent_mmd_llm_model_layer_llmlayer_validate_pack_2a12e1f4,node_agent_mmd_tool_layer_toollayer_validate_packaged_2855c827,node_agent_mmd_tool_layer_toollayer_ci_migrate_core_c_049f8460,node_agent_mmd_memory_vector_layer_memorylayer_ci_mig_0cd5b1a4,doctor_checks_5a2eb2b9,doctor_github_tool_checks_a53b0382,doctor_tool_checks_4acac51a,next_blocked_decisions_4140ad2b,policy_gate_213f7313,remediate_cli_output_cc165396,node_agent_mmd_orchestration_layer_orchestration_reme_359fe98f,node_agent_mmd_llm_model_layer_llmlayer_remediate_run_9e3d4585,node_agent_mmd_tool_layer_toollayer_remediate_runner__c003b871,node_agent_mmd_tool_layer_toollayer_review_gate_core__7704598b,node_agent_mmd_memory_vector_layer_memorylayer_review_5bee9816,node_agent_mmd_orchestration_layer_orchestration_chec_0550c395,node_agent_mmd_tool_layer_toollayer_checker_checker_2_453d593b,node_agent_mmd_memory_vector_layer_memorylayer_checke_a583eb4f,cli_args_1_6144b055,node_agent_mmd_orchestration_layer_orchestration_comm_6e41a7f7,node_agent_mmd_tool_layer_toollayer_command_capabilit_7fe13db1,node_agent_mmd_tool_layer_toollayer_command_capabilit_e97a4615,node_agent_mmd_memory_vector_layer_memorylayer_comman_c72a5d05,linear_command_actions_e430f4f4,node_agent_mmd_orchestration_layer_orchestration_line_b67affd5,node_agent_mmd_tool_layer_toollayer_linear_command_ru_d6763748,node_agent_mmd_orchestration_layer_orchestration_poli_3270b55d,node_agent_mmd_tool_layer_toollayer_policy_validators_af136abf,node_agent_mmd_memory_vector_layer_memorylayer_policy_1944de42,node_agent_mmd_orchestration_layer_orchestration_type_7cf81261,node_agent_mmd_tool_layer_toollayer_types_core_types__6c8319b6,node_agent_mmd_memory_vector_layer_memorylayer_types__83f369fa,node_agent_mmd_orchestration_layer_orchestration_vali_d9fe99e6,node_agent_mmd_tool_layer_toollayer_validator_core_va_6ef6131f,node_agent_mmd_memory_vector_layer_memorylayer_valida_41034356,validator_helpers_7b927667,node_agent_mmd_orchestration_layer_orchestration_he_p_fc778c24,node_agent_mmd_tool_layer_toollayer_he_phase_exit_cor_af016160,ralph_runtime_73d63c0e,observed_skill_usage_ed7d5930,closure_evidence_aaa31467,pr_creator_dc6b1ea4,client_948fe603,init_output_360dce91,scaffold_ci_templates_2afd6392,scaffold_codex_environment_templates_334fbbed,scaffold_config_templates_4b80ce53,node_agent_mmd_orchestration_layer_orchestration_scaf_c9a90c2f,node_agent_mmd_tool_layer_toollayer_scaffold_environm_c1afc013,node_agent_mmd_memory_vector_layer_memorylayer_scaffo_12b42341,scaffold_github_actions_pr_pipeline_renderer_1ee18de5,scaffold_github_actions_pr_pipeline_template_e2b85f62,scaffold_release_private_npm_template_075499f8,node_agent_mmd_tool_layer_toollayer_cli_cli_2_1_32d9eeaf,node_agent_mmd_memory_vector_layer_memorylayer_cli_cl_1f1f89ab,node_agent_mmd_tool_layer_toollayer_metrics_tracker_m_4c9237d8,node_agent_mmd_memory_vector_layer_memorylayer_metric_12562178,normalise_renderer_85f2e563,evaluation_engine_core_e054fe49,node_agent_mmd_orchestration_layer_orchestration_tool_cc43149f,node_agent_mmd_tool_layer_toollayer_tooling_baseline__61e66e9f,node_agent_mmd_memory_vector_layer_memorylayer_toolin_14f86b00,index_9_32dd4d91,review_lifecycle_contract_e5447221,review_lifecycle_89afa64c,node_agent_mmd_tool_layer_toollayer_runtime_card_code_3636ceac,node_agent_mmd_memory_vector_layer_memorylayer_runtim_a5d23e7f,runtime_card_codex_runtime_0655e230,runtime_evidence_bundle_d471a232,types_32_bfe791ff,index_12_762ec91b,projection_1b250ea1,types_34_85e6a0bb,validation_4_62980ebd toolNode
+   class node_agent_mmd_orchestration_layer_orchestration_chec_7a9f0b64,node_agent_mmd_llm_model_layer_llmlayer_check_codex_a_29e7b7fa,node_agent_mmd_tool_layer_toollayer_check_codex_agent_4b361d5a,node_agent_mmd_llm_model_layer_llmlayer_check_steerin_a7dbbd2f,node_agent_mmd_tool_layer_toollayer_check_steering_fe_84ed22c2,node_agent_mmd_memory_vector_layer_memorylayer_check__d71f8993,node_agent_mmd_orchestration_layer_orchestration_run__18817957,node_agent_mmd_llm_model_layer_llmlayer_run_harness_e_603fcfdc,node_agent_mmd_tool_layer_toollayer_run_harness_evals_e2ee24f1,validate_action_review_receipt_fa2f06c3,node_agent_mmd_orchestration_layer_orchestration_vali_c01b04be,node_agent_mmd_llm_model_layer_llmlayer_validate_pack_2a12e1f4,node_agent_mmd_tool_layer_toollayer_validate_packaged_2855c827,node_agent_mmd_tool_layer_toollayer_ci_migrate_core_c_049f8460,node_agent_mmd_memory_vector_layer_memorylayer_ci_mig_0cd5b1a4,doctor_checks_5a2eb2b9,doctor_github_tool_checks_a53b0382,doctor_tool_checks_4acac51a,next_blocked_decisions_4140ad2b,policy_gate_213f7313,remediate_cli_output_cc165396,node_agent_mmd_orchestration_layer_orchestration_reme_359fe98f,node_agent_mmd_llm_model_layer_llmlayer_remediate_run_9e3d4585,node_agent_mmd_tool_layer_toollayer_remediate_runner__c003b871,node_agent_mmd_tool_layer_toollayer_review_gate_core__7704598b,node_agent_mmd_memory_vector_layer_memorylayer_review_5bee9816,index_1bc04b52,types_1_4ecdf56e,validation_constants_e002a0f6,validation_98c41dcd,node_agent_mmd_orchestration_layer_orchestration_chec_0550c395,node_agent_mmd_tool_layer_toollayer_checker_checker_2_453d593b,node_agent_mmd_memory_vector_layer_memorylayer_checke_a583eb4f,cli_args_1_6144b055,node_agent_mmd_orchestration_layer_orchestration_comm_6e41a7f7,node_agent_mmd_tool_layer_toollayer_command_capabilit_7fe13db1,node_agent_mmd_tool_layer_toollayer_command_capabilit_e97a4615,node_agent_mmd_memory_vector_layer_memorylayer_comman_c72a5d05,linear_command_actions_e430f4f4,node_agent_mmd_orchestration_layer_orchestration_line_b67affd5,node_agent_mmd_tool_layer_toollayer_linear_command_ru_d6763748,node_agent_mmd_orchestration_layer_orchestration_poli_3270b55d,node_agent_mmd_tool_layer_toollayer_policy_validators_af136abf,node_agent_mmd_memory_vector_layer_memorylayer_policy_1944de42,node_agent_mmd_orchestration_layer_orchestration_type_7cf81261,node_agent_mmd_tool_layer_toollayer_types_core_types__6c8319b6,node_agent_mmd_memory_vector_layer_memorylayer_types__83f369fa,node_agent_mmd_orchestration_layer_orchestration_vali_d9fe99e6,node_agent_mmd_tool_layer_toollayer_validator_core_va_6ef6131f,node_agent_mmd_memory_vector_layer_memorylayer_valida_41034356,validator_helpers_7b927667,node_agent_mmd_orchestration_layer_orchestration_he_p_fc778c24,node_agent_mmd_tool_layer_toollayer_he_phase_exit_cor_af016160,ralph_runtime_73d63c0e,observed_skill_usage_ed7d5930,closure_evidence_aaa31467,pr_creator_dc6b1ea4,client_948fe603,init_output_360dce91,scaffold_ci_templates_2afd6392,scaffold_codex_environment_templates_334fbbed,scaffold_config_templates_4b80ce53,node_agent_mmd_orchestration_layer_orchestration_scaf_c9a90c2f,node_agent_mmd_tool_layer_toollayer_scaffold_environm_c1afc013,node_agent_mmd_memory_vector_layer_memorylayer_scaffo_12b42341,scaffold_github_actions_pr_pipeline_renderer_1ee18de5,scaffold_github_actions_pr_pipeline_template_e2b85f62,scaffold_release_private_npm_template_075499f8,node_agent_mmd_tool_layer_toollayer_cli_cli_2_1_32d9eeaf,node_agent_mmd_memory_vector_layer_memorylayer_cli_cl_1f1f89ab,node_agent_mmd_tool_layer_toollayer_metrics_tracker_m_4c9237d8,node_agent_mmd_memory_vector_layer_memorylayer_metric_12562178,normalise_renderer_85f2e563,evaluation_engine_core_e054fe49,node_agent_mmd_orchestration_layer_orchestration_tool_cc43149f,node_agent_mmd_tool_layer_toollayer_tooling_baseline__61e66e9f,node_agent_mmd_memory_vector_layer_memorylayer_toolin_14f86b00,index_10_f6785a46,review_lifecycle_contract_e5447221,review_lifecycle_89afa64c,node_agent_mmd_tool_layer_toollayer_runtime_card_code_3636ceac,node_agent_mmd_memory_vector_layer_memorylayer_runtim_a5d23e7f,runtime_card_codex_runtime_0655e230,runtime_evidence_bundle_d471a232,types_33_16e22a82,index_13_97df39c8,projection_1b250ea1,types_35_93e66c64,validation_5_42b61683 toolNode
  classDef memNode fill:#555,color:#fff
-   class node_agent_mmd_llm_model_layer_llmlayer_check_steerin_a7dbbd2f,node_agent_mmd_tool_layer_toollayer_check_steering_fe_84ed22c2,node_agent_mmd_memory_vector_layer_memorylayer_check__d71f8993,normalize_workflow_contracts_8701f1c8,sync_codex_preflight_7e7a8dc2,test_harness_upgrade_matrix_84113c4e,validate_workflow_contracts_33dc063c,branch_protect_core_a8feb0fd,node_agent_mmd_tool_layer_toollayer_ci_migrate_core_c_049f8460,node_agent_mmd_memory_vector_layer_memorylayer_ci_mig_0cd5b1a4,context_health_80bb7da9,node_agent_mmd_llm_model_layer_llmlayer_context_conte_ad2dfbd9,node_agent_mmd_memory_vector_layer_memorylayer_contex_78ceaaa9,docs_gate_core_eb9b6c18,node_agent_mmd_llm_model_layer_llmlayer_index_context_1041bd11,node_agent_mmd_memory_vector_layer_memorylayer_index__6f3402d0,local_memory_preflight_dcc36c42,memory_gate_a577a506,pattern_scope_siblings_43abe000,review_context_ca6cf81d,node_agent_mmd_tool_layer_toollayer_review_gate_core__7704598b,node_agent_mmd_memory_vector_layer_memorylayer_review_5bee9816,node_agent_mmd_llm_model_layer_llmlayer_search_search_66b9a911,node_agent_mmd_memory_vector_layer_memorylayer_search_ac35cb7e,session_context_e5ec72c0,node_agent_mmd_orchestration_layer_orchestration_tool_acfe0c01,node_agent_mmd_memory_vector_layer_memorylayer_toolin_a1185b8f,run_local_memory_preflight_36e92808,node_agent_mmd_orchestration_layer_orchestration_chec_0550c395,node_agent_mmd_tool_layer_toollayer_checker_checker_2_453d593b,node_agent_mmd_memory_vector_layer_memorylayer_checke_a583eb4f,node_agent_mmd_orchestration_layer_orchestration_cont_61b3b9c9,node_agent_mmd_memory_vector_layer_memorylayer_contex_fe0865d6,node_agent_mmd_orchestration_layer_orchestration_type_4f906dcc,node_agent_mmd_memory_vector_layer_memorylayer_types__9ad640a0,branch_protect_sync_570adb18,node_agent_mmd_tool_layer_toollayer_command_capabilit_e97a4615,node_agent_mmd_memory_vector_layer_memorylayer_comman_c72a5d05,node_agent_mmd_orchestration_layer_orchestration_comm_1f8cc24c,node_agent_mmd_llm_model_layer_llmlayer_command_specs_782af9fa,node_agent_mmd_memory_vector_layer_memorylayer_comman_111eb454,local_memory_preflight_command_spec_9e23f3ce,memory_gate_command_spec_dc9001a9,review_gate_command_spec_3187376a,session_context_command_spec_973afbb1,node_agent_mmd_llm_model_layer_llmlayer_constants_con_c9bd3f6c,node_agent_mmd_memory_vector_layer_memorylayer_consta_702d3f46,context_compact_policy_3dcaf95d,node_agent_mmd_llm_model_layer_llmlayer_index_index_1_02e160ff,node_agent_mmd_memory_vector_layer_memorylayer_index__752bc61e,node_agent_mmd_llm_model_layer_llmlayer_indexer_index_4f4deef5,node_agent_mmd_memory_vector_layer_memorylayer_indexe_93e6d86f,init_error_5c7dd49f,lexical_fallback_723e2b3e,node_agent_mmd_llm_model_layer_llmlayer_ollama_ollama_968b23fa,node_agent_mmd_memory_vector_layer_memorylayer_ollama_6d51be16,rollout_a4fa034c,sources_878a52fc,store_824d80d7,node_agent_mmd_llm_model_layer_llmlayer_sync_contract_9f3cc8c1,node_agent_mmd_memory_vector_layer_memorylayer_sync_c_e43418bc,types_5_f869ec4b,harness_run_context_ac7c77a9,index_1_faebc14e,json_schema_core_96d7e328,node_agent_mmd_orchestration_layer_orchestration_poli_3270b55d,node_agent_mmd_tool_layer_toollayer_policy_validators_af136abf,node_agent_mmd_memory_vector_layer_memorylayer_policy_1944de42,node_agent_mmd_orchestration_layer_orchestration_type_7cf81261,node_agent_mmd_tool_layer_toollayer_types_core_types__6c8319b6,node_agent_mmd_memory_vector_layer_memorylayer_types__83f369fa,node_agent_mmd_orchestration_layer_orchestration_vali_d9fe99e6,node_agent_mmd_tool_layer_toollayer_validator_core_va_6ef6131f,node_agent_mmd_memory_vector_layer_memorylayer_valida_41034356,node_agent_mmd_orchestration_layer_orchestration_init_2a9c3ecb,node_agent_mmd_memory_vector_layer_memorylayer_init_m_333d02c5,node_agent_mmd_orchestration_layer_orchestration_proj_6ab6f60f,node_agent_mmd_memory_vector_layer_memorylayer_projec_3ae304d9,scaffold_diagram_templates_dd88e83c,node_agent_mmd_orchestration_layer_orchestration_scaf_12cc07db,node_agent_mmd_memory_vector_layer_memorylayer_scaffo_5fd73b94,node_agent_mmd_orchestration_layer_orchestration_scaf_c9a90c2f,node_agent_mmd_tool_layer_toollayer_scaffold_environm_c1afc013,node_agent_mmd_memory_vector_layer_memorylayer_scaffo_12b42341,scaffold_root_command_templates_404fed7f,scaffold_script_template_registry_69312d4e,scaffold_shell_templates_0ad0f915,scaffold_surfaces_12d6494e,node_agent_mmd_orchestration_layer_orchestration_scaf_ff8f92f6,node_agent_mmd_memory_vector_layer_memorylayer_scaffo_a86eece1,scaffold_workflow_template_92310587,eval_seed_5699fd3e,index_6_fc9e91e2,review_context_1_e3afed15,memory_gate_1_265164ac,branch_enforcer_acb749cd,cli_args_5_09ea29f0,node_agent_mmd_tool_layer_toollayer_cli_cli_2_1_32d9eeaf,node_agent_mmd_memory_vector_layer_memorylayer_cli_cl_1f1f89ab,node_agent_mmd_tool_layer_toollayer_metrics_tracker_m_4c9237d8,node_agent_mmd_memory_vector_layer_memorylayer_metric_12562178,types_15_86775c96,validator_4_5180cf23,node_agent_mmd_orchestration_layer_orchestration_clas_899b821a,node_agent_mmd_memory_vector_layer_memorylayer_classi_1ebbf5ff,node_agent_mmd_orchestration_layer_orchestration_tool_cc43149f,node_agent_mmd_tool_layer_toollayer_tooling_baseline__61e66e9f,node_agent_mmd_memory_vector_layer_memorylayer_toolin_14f86b00,claim_helpers_20dc8387,types_20_071a0112,local_memory_smoke_1175abfc,local_memory_0db17ecc,performance_overload_c685bfcf,node_agent_mmd_orchestration_layer_orchestration_sugg_85c5ebe3,node_agent_mmd_memory_vector_layer_memorylayer_sugges_267f408d,node_agent_mmd_llm_model_layer_llmlayer_prompt_contex_6426acc2,node_agent_mmd_memory_vector_layer_memorylayer_prompt_55c0d605,types_27_4d134744,policy_1_fc4198db,node_agent_mmd_tool_layer_toollayer_runtime_card_code_3636ceac,node_agent_mmd_memory_vector_layer_memorylayer_runtim_a5d23e7f,cli_11_338a8415,collector_0736fd5b,types_30_424b976c,overload_guard_2748c559 memNode
+   class node_agent_mmd_llm_model_layer_llmlayer_check_steerin_a7dbbd2f,node_agent_mmd_tool_layer_toollayer_check_steering_fe_84ed22c2,node_agent_mmd_memory_vector_layer_memorylayer_check__d71f8993,normalize_workflow_contracts_8701f1c8,sync_codex_preflight_7e7a8dc2,test_harness_upgrade_matrix_84113c4e,validate_workflow_contracts_33dc063c,branch_protect_core_a8feb0fd,node_agent_mmd_tool_layer_toollayer_ci_migrate_core_c_049f8460,node_agent_mmd_memory_vector_layer_memorylayer_ci_mig_0cd5b1a4,context_health_80bb7da9,node_agent_mmd_llm_model_layer_llmlayer_context_conte_ad2dfbd9,node_agent_mmd_memory_vector_layer_memorylayer_contex_78ceaaa9,docs_gate_core_eb9b6c18,node_agent_mmd_llm_model_layer_llmlayer_index_context_1041bd11,node_agent_mmd_memory_vector_layer_memorylayer_index__6f3402d0,local_memory_preflight_dcc36c42,memory_gate_a577a506,pattern_scope_siblings_43abe000,review_context_ca6cf81d,node_agent_mmd_tool_layer_toollayer_review_gate_core__7704598b,node_agent_mmd_memory_vector_layer_memorylayer_review_5bee9816,node_agent_mmd_llm_model_layer_llmlayer_search_search_66b9a911,node_agent_mmd_memory_vector_layer_memorylayer_search_ac35cb7e,session_context_e5ec72c0,node_agent_mmd_orchestration_layer_orchestration_tool_acfe0c01,node_agent_mmd_memory_vector_layer_memorylayer_toolin_a1185b8f,run_local_memory_preflight_36e92808,node_agent_mmd_orchestration_layer_orchestration_chec_0550c395,node_agent_mmd_tool_layer_toollayer_checker_checker_2_453d593b,node_agent_mmd_memory_vector_layer_memorylayer_checke_a583eb4f,node_agent_mmd_orchestration_layer_orchestration_cont_61b3b9c9,node_agent_mmd_memory_vector_layer_memorylayer_contex_fe0865d6,node_agent_mmd_orchestration_layer_orchestration_type_4f906dcc,node_agent_mmd_memory_vector_layer_memorylayer_types__9ad640a0,branch_protect_sync_570adb18,node_agent_mmd_tool_layer_toollayer_command_capabilit_e97a4615,node_agent_mmd_memory_vector_layer_memorylayer_comman_c72a5d05,node_agent_mmd_orchestration_layer_orchestration_comm_1f8cc24c,node_agent_mmd_llm_model_layer_llmlayer_command_specs_782af9fa,node_agent_mmd_memory_vector_layer_memorylayer_comman_111eb454,local_memory_preflight_command_spec_9e23f3ce,memory_gate_command_spec_dc9001a9,review_gate_command_spec_3187376a,session_context_command_spec_973afbb1,node_agent_mmd_llm_model_layer_llmlayer_constants_con_c9bd3f6c,node_agent_mmd_memory_vector_layer_memorylayer_consta_702d3f46,context_compact_policy_3dcaf95d,node_agent_mmd_llm_model_layer_llmlayer_index_index_1_02e160ff,node_agent_mmd_memory_vector_layer_memorylayer_index__752bc61e,node_agent_mmd_llm_model_layer_llmlayer_indexer_index_4f4deef5,node_agent_mmd_memory_vector_layer_memorylayer_indexe_93e6d86f,init_error_5c7dd49f,lexical_fallback_723e2b3e,node_agent_mmd_llm_model_layer_llmlayer_ollama_ollama_968b23fa,node_agent_mmd_memory_vector_layer_memorylayer_ollama_6d51be16,rollout_a4fa034c,sources_878a52fc,store_824d80d7,node_agent_mmd_llm_model_layer_llmlayer_sync_contract_9f3cc8c1,node_agent_mmd_memory_vector_layer_memorylayer_sync_c_e43418bc,types_6_1818fb91,harness_run_context_ac7c77a9,index_2_10143590,json_schema_core_96d7e328,node_agent_mmd_orchestration_layer_orchestration_poli_3270b55d,node_agent_mmd_tool_layer_toollayer_policy_validators_af136abf,node_agent_mmd_memory_vector_layer_memorylayer_policy_1944de42,node_agent_mmd_orchestration_layer_orchestration_type_7cf81261,node_agent_mmd_tool_layer_toollayer_types_core_types__6c8319b6,node_agent_mmd_memory_vector_layer_memorylayer_types__83f369fa,node_agent_mmd_orchestration_layer_orchestration_vali_d9fe99e6,node_agent_mmd_tool_layer_toollayer_validator_core_va_6ef6131f,node_agent_mmd_memory_vector_layer_memorylayer_valida_41034356,node_agent_mmd_orchestration_layer_orchestration_init_2a9c3ecb,node_agent_mmd_memory_vector_layer_memorylayer_init_m_333d02c5,node_agent_mmd_orchestration_layer_orchestration_proj_6ab6f60f,node_agent_mmd_memory_vector_layer_memorylayer_projec_3ae304d9,scaffold_diagram_templates_dd88e83c,node_agent_mmd_orchestration_layer_orchestration_scaf_12cc07db,node_agent_mmd_memory_vector_layer_memorylayer_scaffo_5fd73b94,node_agent_mmd_orchestration_layer_orchestration_scaf_c9a90c2f,node_agent_mmd_tool_layer_toollayer_scaffold_environm_c1afc013,node_agent_mmd_memory_vector_layer_memorylayer_scaffo_12b42341,scaffold_root_command_templates_404fed7f,scaffold_script_template_registry_69312d4e,scaffold_shell_templates_0ad0f915,scaffold_surfaces_12d6494e,node_agent_mmd_orchestration_layer_orchestration_scaf_ff8f92f6,node_agent_mmd_memory_vector_layer_memorylayer_scaffo_a86eece1,scaffold_workflow_template_92310587,eval_seed_5699fd3e,index_7_b61a3f30,review_context_1_e3afed15,memory_gate_1_265164ac,branch_enforcer_acb749cd,cli_args_5_09ea29f0,node_agent_mmd_tool_layer_toollayer_cli_cli_2_1_32d9eeaf,node_agent_mmd_memory_vector_layer_memorylayer_cli_cl_1f1f89ab,node_agent_mmd_tool_layer_toollayer_metrics_tracker_m_4c9237d8,node_agent_mmd_memory_vector_layer_memorylayer_metric_12562178,types_16_0fae1112,validator_4_5180cf23,node_agent_mmd_orchestration_layer_orchestration_clas_899b821a,node_agent_mmd_memory_vector_layer_memorylayer_classi_1ebbf5ff,node_agent_mmd_orchestration_layer_orchestration_tool_cc43149f,node_agent_mmd_tool_layer_toollayer_tooling_baseline__61e66e9f,node_agent_mmd_memory_vector_layer_memorylayer_toolin_14f86b00,claim_helpers_20dc8387,types_21_5756f9dc,local_memory_smoke_1175abfc,local_memory_0db17ecc,performance_overload_c685bfcf,node_agent_mmd_orchestration_layer_orchestration_sugg_85c5ebe3,node_agent_mmd_memory_vector_layer_memorylayer_sugges_267f408d,node_agent_mmd_llm_model_layer_llmlayer_prompt_contex_6426acc2,node_agent_mmd_memory_vector_layer_memorylayer_prompt_55c0d605,types_28_4476fcc6,policy_1_fc4198db,node_agent_mmd_tool_layer_toollayer_runtime_card_code_3636ceac,node_agent_mmd_memory_vector_layer_memorylayer_runtim_a5d23e7f,cli_11_338a8415,collector_0736fd5b,types_31_eb363e20,overload_guard_2748c559 memNode
